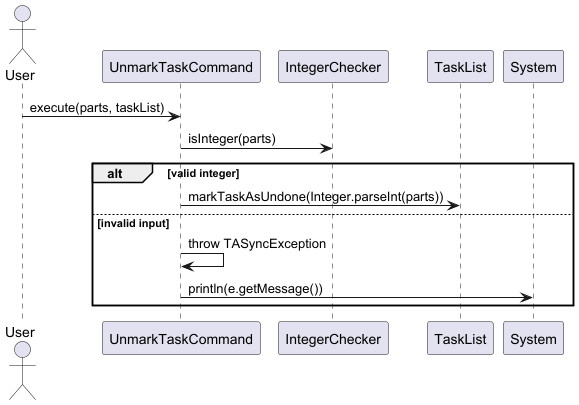
Above: docs/diagrams/tasklistcommands/UnmarkTaskCommandSequenceDiagram.png in wongyihao02/tp (PlantUML), before the change.
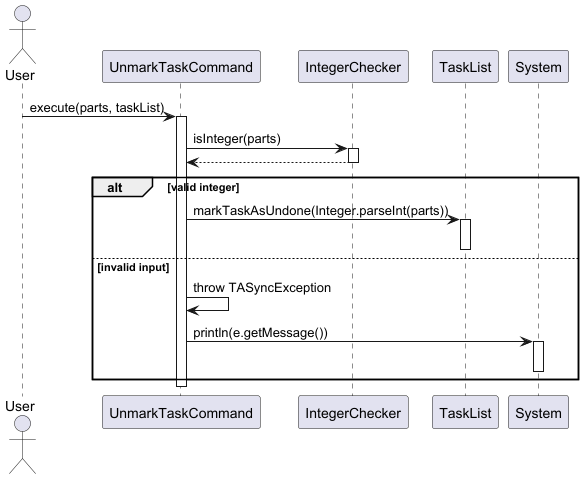
Above is the later version.

Change to the diagram source:
```diff
@@ -8,13 +8,23 @@
 participant "System" as Console
 
 User -> UnmarkCmd : execute(parts, taskList)
+activate UnmarkCmd
 
 UnmarkCmd -> Checker : isInteger(parts)
+activate Checker
+Checker --> UnmarkCmd
+deactivate Checker
+
 alt valid integer
     UnmarkCmd -> TaskList : markTaskAsUndone(Integer.parseInt(parts))
+    activate TaskList
+    deactivate TaskList
 else invalid input
     UnmarkCmd -> UnmarkCmd : throw TASyncException
     UnmarkCmd -> Console : println(e.getMessage())
+    activate Console
+    deactivate Console
 end
 
+deactivate UnmarkCmd
 @enduml
```
